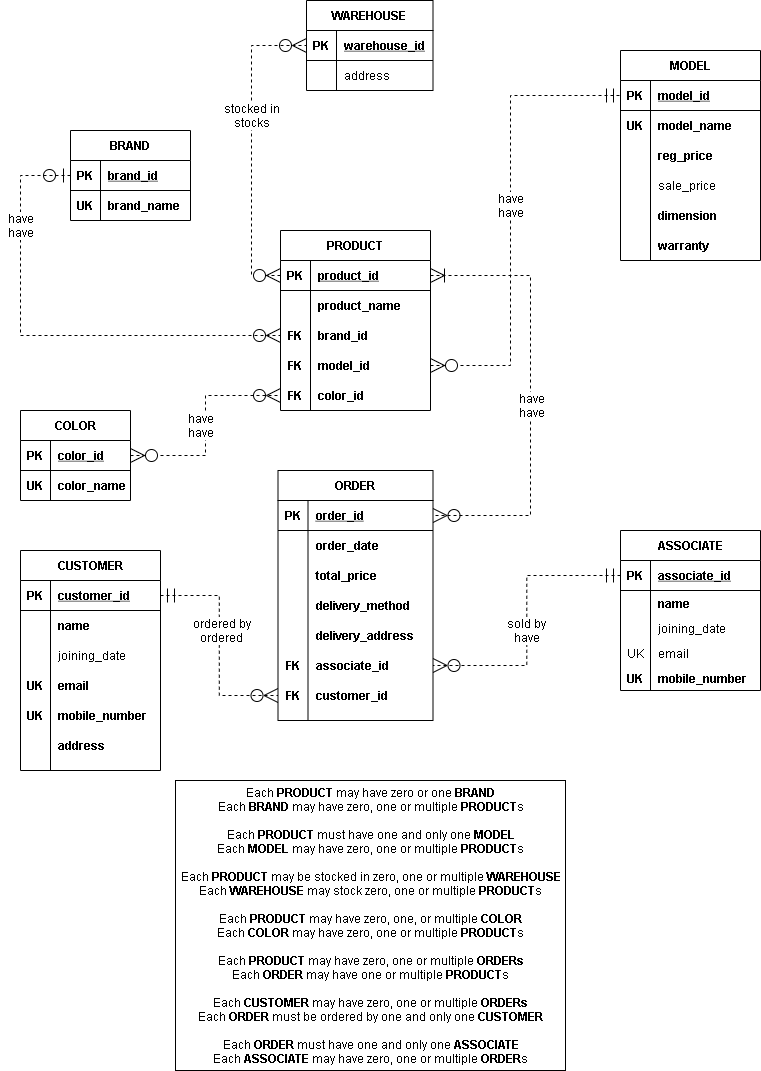
Before: Project/ER-Diargram-Page-1.drawio.png, a diagram exported from draw.io (asiffmahmudd/database-csd2206). Source tidied: cells renumbered, new cells last; positions are measured from the earlier drawing's top-left corner, leaving out a move shared by most shapes.
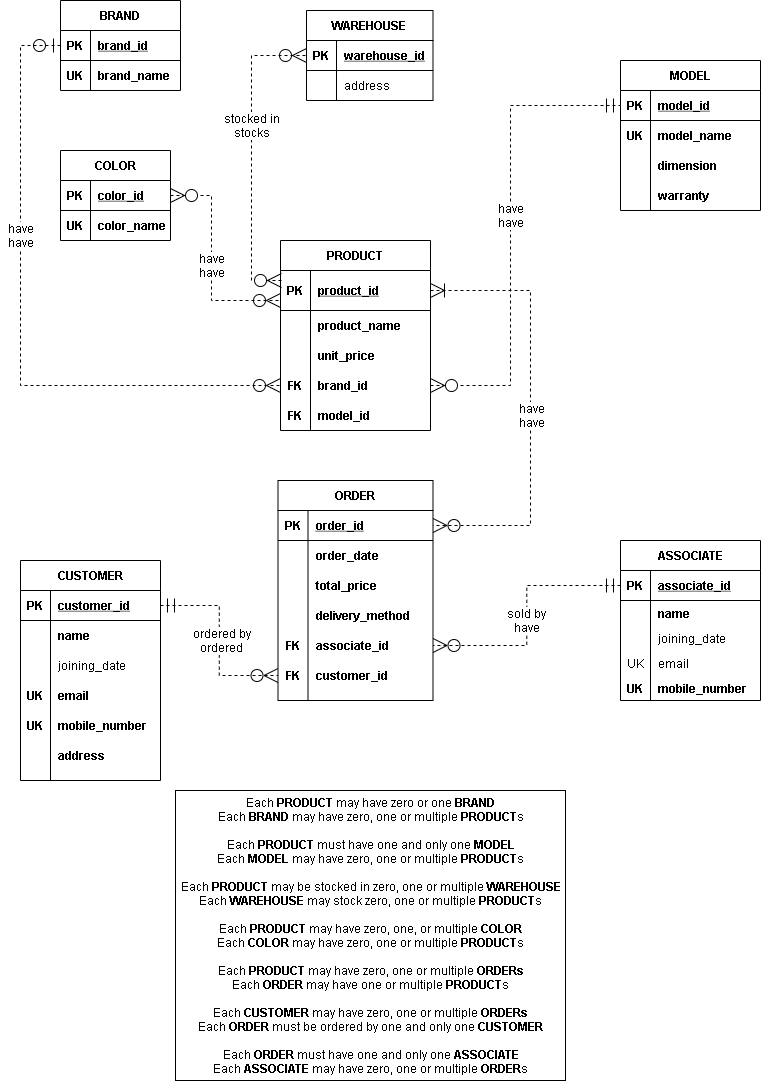
Above is the later version.

Change to the diagram source:
```diff
@@ -3,7 +3,7 @@
     <mxCell id="0" />
     <mxCell id="1" parent="0" />
     <mxCell id="2" value="BRAND" style="shape=table;startSize=30;rowLines=0;fontStyle=1;align=center;" parent="1" vertex="1">
-      <mxGeometry x="70" y="130" width="120" height="90" as="geometry" />
+      <mxGeometry x="60" y="-10" width="120" height="90" as="geometry" />
     </mxCell>
     <mxCell id="3" style="shape=partialRectangle;fillColor=none;top=0;left=0;bottom=1;right=0;points=[[0,0.5],[1,0.5]];portConstraint=eastwest;" parent="2" vertex="1">
       <mxGeometry y="30" width="120" height="30" as="geometry" />
@@ -24,7 +24,7 @@
       <mxGeometry x="30" width="90" height="30" as="geometry" />
     </mxCell>
     <mxCell id="9" value="MODEL" style="shape=table;startSize=30;rowLines=0;fontStyle=1;align=center;" parent="1" vertex="1">
-      <mxGeometry x="620" y="50" width="140" height="210" as="geometry" />
+      <mxGeometry x="620" y="50" width="140" height="150" as="geometry" />
     </mxCell>
     <mxCell id="10" style="shape=partialRectangle;fillColor=none;top=0;left=0;bottom=1;right=0;points=[[0,0.5],[1,0.5]];portConstraint=eastwest;" parent="9" vertex="1">
       <mxGeometry y="30" width="140" height="30" as="geometry" />
@@ -44,26 +44,8 @@
     <mxCell id="15" value="model_name" style="shape=partialRectangle;fillColor=none;top=0;left=0;bottom=0;right=0;align=left;spacingLeft=6;overflow=hidden;fontStyle=1;" parent="13" vertex="1">
       <mxGeometry x="30" width="110" height="30" as="geometry" />
     </mxCell>
-    <mxCell id="16" style="shape=partialRectangle;fillColor=none;top=0;left=0;bottom=0;right=0;" parent="9" vertex="1">
-      <mxGeometry y="90" width="140" height="30" as="geometry" />
-    </mxCell>
-    <mxCell id="17" style="shape=partialRectangle;fillColor=none;top=0;left=0;bottom=0;right=0;overflow=hidden;" parent="16" vertex="1">
-      <mxGeometry width="30" height="30" as="geometry" />
-    </mxCell>
-    <mxCell id="18" value="reg_price" style="shape=partialRectangle;fillColor=none;top=0;left=0;bottom=0;right=0;align=left;spacingLeft=6;overflow=hidden;fontStyle=1;" parent="16" vertex="1">
-      <mxGeometry x="30" width="110" height="30" as="geometry" />
-    </mxCell>
-    <mxCell id="19" style="shape=partialRectangle;fillColor=none;top=0;left=0;bottom=0;right=0;" parent="9" vertex="1">
-      <mxGeometry y="120" width="140" height="30" as="geometry" />
-    </mxCell>
-    <mxCell id="20" style="shape=partialRectangle;fillColor=none;top=0;left=0;bottom=0;right=0;overflow=hidden;" parent="19" vertex="1">
-      <mxGeometry width="30" height="30" as="geometry" />
-    </mxCell>
-    <mxCell id="21" value="sale_price" style="shape=partialRectangle;fillColor=none;top=0;left=0;bottom=0;right=0;align=left;spacingLeft=6;overflow=hidden;fontStyle=0;" parent="19" vertex="1">
-      <mxGeometry x="30" width="110" height="30" as="geometry" />
-    </mxCell>
     <mxCell id="22" style="shape=partialRectangle;fillColor=none;top=0;left=0;bottom=0;right=0;" parent="9" vertex="1">
-      <mxGeometry y="150" width="140" height="30" as="geometry" />
+      <mxGeometry y="90" width="140" height="30" as="geometry" />
     </mxCell>
     <mxCell id="23" style="shape=partialRectangle;fillColor=none;top=0;left=0;bottom=0;right=0;overflow=hidden;" parent="22" vertex="1">
       <mxGeometry width="30" height="30" as="geometry" />
@@ -72,7 +54,7 @@
       <mxGeometry x="30" width="110" height="30" as="geometry" />
     </mxCell>
     <mxCell id="25" style="shape=partialRectangle;fillColor=none;top=0;left=0;bottom=0;right=0;" parent="9" vertex="1">
-      <mxGeometry y="180" width="140" height="30" as="geometry" />
+      <mxGeometry y="120" width="140" height="30" as="geometry" />
     </mxCell>
     <mxCell id="26" style="shape=partialRectangle;fillColor=none;top=0;left=0;bottom=0;right=0;overflow=hidden;" parent="25" vertex="1">
       <mxGeometry width="30" height="30" as="geometry" />
@@ -81,19 +63,19 @@
       <mxGeometry x="30" width="110" height="30" as="geometry" />
     </mxCell>
     <mxCell id="28" value="PRODUCT" style="shape=table;startSize=30;rowLines=0;fontStyle=1;align=center;" parent="1" vertex="1">
-      <mxGeometry x="280" y="230" width="150" height="180" as="geometry" />
+      <mxGeometry x="280" y="230" width="150" height="190" as="geometry" />
     </mxCell>
     <mxCell id="29" style="shape=partialRectangle;fillColor=none;top=0;left=0;bottom=1;right=0;points=[[0,0.5],[1,0.5]];portConstraint=eastwest;" parent="28" vertex="1">
-      <mxGeometry y="30" width="150" height="30" as="geometry" />
+      <mxGeometry y="30" width="150" height="40" as="geometry" />
     </mxCell>
     <mxCell id="30" value="PK" style="shape=partialRectangle;fillColor=none;top=0;left=0;bottom=0;right=0;fontStyle=1;overflow=hidden;" parent="29" vertex="1">
-      <mxGeometry width="30" height="30" as="geometry" />
+      <mxGeometry width="30" height="40" as="geometry" />
     </mxCell>
     <mxCell id="31" value="product_id" style="shape=partialRectangle;fillColor=none;top=0;left=0;bottom=0;right=0;align=left;spacingLeft=6;fontStyle=5;overflow=hidden;" parent="29" vertex="1">
-      <mxGeometry x="30" width="120" height="30" as="geometry" />
+      <mxGeometry x="30" width="120" height="40" as="geometry" />
     </mxCell>
     <mxCell id="32" style="shape=partialRectangle;fillColor=none;top=0;left=0;bottom=0;right=0;" parent="28" vertex="1">
-      <mxGeometry y="60" width="150" height="30" as="geometry" />
+      <mxGeometry y="70" width="150" height="30" as="geometry" />
     </mxCell>
     <mxCell id="33" style="shape=partialRectangle;fillColor=none;top=0;left=0;bottom=0;right=0;overflow=hidden;" parent="32" vertex="1">
       <mxGeometry width="30" height="30" as="geometry" />
@@ -101,8 +83,17 @@
     <mxCell id="34" value="product_name" style="shape=partialRectangle;fillColor=none;top=0;left=0;bottom=0;right=0;align=left;spacingLeft=6;overflow=hidden;fontStyle=1;" parent="32" vertex="1">
       <mxGeometry x="30" width="120" height="30" as="geometry" />
     </mxCell>
+    <mxCell id="130" style="shape=partialRectangle;fillColor=none;top=0;left=0;bottom=0;right=0;" parent="28" vertex="1">
+      <mxGeometry y="100" width="150" height="30" as="geometry" />
+    </mxCell>
+    <mxCell id="131" style="shape=partialRectangle;fillColor=none;top=0;left=0;bottom=0;right=0;overflow=hidden;" parent="130" vertex="1">
+      <mxGeometry width="30" height="30" as="geometry" />
+    </mxCell>
+    <mxCell id="132" value="unit_price" style="shape=partialRectangle;fillColor=none;top=0;left=0;bottom=0;right=0;align=left;spacingLeft=6;overflow=hidden;fontStyle=1;" parent="130" vertex="1">
+      <mxGeometry x="30" width="120" height="30" as="geometry" />
+    </mxCell>
     <mxCell id="35" style="shape=partialRectangle;fillColor=none;top=0;left=0;bottom=0;right=0;points=[[0,0.5],[1,0.5]];portConstraint=eastwest;" parent="28" vertex="1">
-      <mxGeometry y="90" width="150" height="30" as="geometry" />
+      <mxGeometry y="130" width="150" height="30" as="geometry" />
     </mxCell>
     <mxCell id="36" value="FK" style="shape=partialRectangle;fillColor=none;top=0;left=0;bottom=0;right=0;overflow=hidden;fontStyle=1;" parent="35" vertex="1">
       <mxGeometry width="30" height="30" as="geometry" />
@@ -111,7 +102,7 @@
       <mxGeometry x="30" width="120" height="30" as="geometry" />
     </mxCell>
     <mxCell id="38" style="shape=partialRectangle;fillColor=none;top=0;left=0;bottom=0;right=0;points=[[0,0.5],[1,0.5]];portConstraint=eastwest;" parent="28" vertex="1">
-      <mxGeometry y="120" width="150" height="30" as="geometry" />
+      <mxGeometry y="160" width="150" height="30" as="geometry" />
     </mxCell>
     <mxCell id="39" value="FK" style="shape=partialRectangle;fillColor=none;top=0;left=0;bottom=0;right=0;overflow=hidden;fontStyle=1;" parent="38" vertex="1">
       <mxGeometry width="30" height="30" as="geometry" />
@@ -119,19 +110,10 @@
     <mxCell id="40" value="model_id" style="shape=partialRectangle;fillColor=none;top=0;left=0;bottom=0;right=0;align=left;spacingLeft=6;overflow=hidden;fontStyle=1;" parent="38" vertex="1">
       <mxGeometry x="30" width="120" height="30" as="geometry" />
     </mxCell>
-    <mxCell id="41" style="shape=partialRectangle;fillColor=none;top=0;left=0;bottom=0;right=0;points=[[0,0.5],[1,0.5]];portConstraint=eastwest;" parent="28" vertex="1">
-      <mxGeometry y="150" width="150" height="30" as="geometry" />
-    </mxCell>
-    <mxCell id="42" value="FK" style="shape=partialRectangle;fillColor=none;top=0;left=0;bottom=0;right=0;overflow=hidden;fontStyle=1;" parent="41" vertex="1">
-      <mxGeometry width="30" height="30" as="geometry" />
-    </mxCell>
-    <mxCell id="43" value="color_id" style="shape=partialRectangle;fillColor=none;top=0;left=0;bottom=0;right=0;align=left;spacingLeft=6;overflow=hidden;fontStyle=1;" parent="41" vertex="1">
-      <mxGeometry x="30" width="120" height="30" as="geometry" />
-    </mxCell>
-    <mxCell id="44" style="endArrow=ERmandOne;dashed=1;html=1;rounded=0;edgeStyle=orthogonalEdgeStyle;entryX=0;entryY=0.5;entryDx=0;entryDy=0;endSize=12;startSize=12;startArrow=ERzeroToMany;startFill=1;endFill=0;" parent="1" edge="1" source="38" target="10">
+    <mxCell id="44" style="endArrow=ERmandOne;dashed=1;html=1;rounded=0;edgeStyle=orthogonalEdgeStyle;entryX=0;entryY=0.5;entryDx=0;entryDy=0;endSize=12;startSize=12;startArrow=ERzeroToMany;startFill=1;endFill=0;exitX=1;exitY=0.5;exitDx=0;exitDy=0;" parent="1" edge="1" source="35" target="10">
       <mxGeometry relative="1" as="geometry">
         <Array as="points">
-          <mxPoint x="510" y="365" />
+          <mxPoint x="510" y="375" />
           <mxPoint x="510" y="95" />
         </Array>
       </mxGeometry>
@@ -139,13 +121,13 @@
     <mxCell id="45" style="endArrow=ERzeroToMany;dashed=1;html=1;rounded=0;edgeStyle=orthogonalEdgeStyle;exitX=0;exitY=0.5;exitDx=0;exitDy=0;entryX=0;entryY=0.5;entryDx=0;entryDy=0;endSize=12;startSize=12;startArrow=ERzeroToOne;startFill=0;endFill=0;" parent="1" edge="1" source="3" target="35">
       <mxGeometry relative="1" as="geometry">
         <Array as="points">
-          <mxPoint x="20" y="175" />
-          <mxPoint x="20" y="335" />
+          <mxPoint x="20" y="35" />
+          <mxPoint x="20" y="375" />
         </Array>
       </mxGeometry>
     </mxCell>
     <mxCell id="46" value="COLOR" style="shape=table;startSize=30;rowLines=0;fontStyle=1;align=center;" parent="1" vertex="1">
-      <mxGeometry x="20" y="410" width="110" height="90" as="geometry" />
+      <mxGeometry x="60" y="140" width="110" height="90" as="geometry" />
     </mxCell>
     <mxCell id="47" style="shape=partialRectangle;fillColor=none;top=0;left=0;bottom=1;right=0;points=[[0,0.5],[1,0.5]];portConstraint=eastwest;" parent="46" vertex="1">
       <mxGeometry y="30" width="110" height="30" as="geometry" />
@@ -165,8 +147,13 @@
     <mxCell id="52" value="color_name" style="shape=partialRectangle;fillColor=none;top=0;left=0;bottom=0;right=0;align=left;spacingLeft=6;overflow=hidden;fontStyle=1;" parent="50" vertex="1">
       <mxGeometry x="30" width="80" height="30" as="geometry" />
     </mxCell>
-    <mxCell id="53" style="endArrow=ERzeroToMany;dashed=1;html=1;rounded=0;startSize=12;endSize=12;edgeStyle=orthogonalEdgeStyle;exitX=1;exitY=0.5;exitDx=0;exitDy=0;entryX=0;entryY=0.5;entryDx=0;entryDy=0;endFill=0;startArrow=ERzeroToMany;startFill=1;" parent="1" edge="1" source="47" target="41">
-      <mxGeometry relative="1" as="geometry" />
+    <mxCell id="53" style="endArrow=ERzeroToMany;dashed=1;html=1;rounded=0;startSize=12;endSize=12;edgeStyle=orthogonalEdgeStyle;exitX=1;exitY=0.5;exitDx=0;exitDy=0;entryX=0;entryY=0.75;entryDx=0;entryDy=0;endFill=0;startArrow=ERzeroToMany;startFill=1;entryPerimeter=0;" parent="1" edge="1" source="47" target="29">
+      <mxGeometry relative="1" as="geometry">
+        <Array as="points">
+          <mxPoint x="211" y="185" />
+          <mxPoint x="211" y="290" />
+        </Array>
+      </mxGeometry>
     </mxCell>
     <mxCell id="54" value="have&lt;br&gt;have" style="text;html=1;align=center;verticalAlign=middle;fillColor=none;strokeColor=none;rounded=0;labelBackgroundColor=default;" parent="1" vertex="1">
       <mxGeometry x="490" y="190" width="40" height="30" as="geometry" />
@@ -175,10 +162,10 @@
       <mxGeometry y="210" width="40" height="30" as="geometry" />
     </mxCell>
     <mxCell id="56" value="have&lt;br&gt;have" style="text;html=1;align=center;verticalAlign=middle;fillColor=none;strokeColor=none;rounded=0;labelBackgroundColor=default;" parent="1" vertex="1">
-      <mxGeometry x="180" y="410" width="40" height="30" as="geometry" />
+      <mxGeometry x="191" y="240" width="40" height="30" as="geometry" />
     </mxCell>
     <mxCell id="57" value="ORDER" style="shape=table;startSize=30;rowLines=0;fontStyle=1;align=center;labelBackgroundColor=default;" parent="1" vertex="1">
-      <mxGeometry x="277.5" y="470" width="155" height="250" as="geometry" />
+      <mxGeometry x="277.5" y="470" width="155" height="220" as="geometry" />
     </mxCell>
     <mxCell id="58" style="shape=partialRectangle;fillColor=none;top=0;left=0;bottom=1;right=0;points=[[0,0.5],[1,0.5]];portConstraint=eastwest;labelBackgroundColor=default;" parent="57" vertex="1">
       <mxGeometry y="30" width="155" height="30" as="geometry" />
@@ -216,17 +203,8 @@
     <mxCell id="69" value="delivery_method" style="shape=partialRectangle;fillColor=none;top=0;left=0;bottom=0;right=0;align=left;spacingLeft=6;overflow=hidden;labelBackgroundColor=default;fontStyle=1;" parent="67" vertex="1">
       <mxGeometry x="30" width="125" height="30" as="geometry" />
     </mxCell>
-    <mxCell id="70" style="shape=partialRectangle;fillColor=none;top=0;left=0;bottom=0;right=0;labelBackgroundColor=default;" parent="57" vertex="1">
-      <mxGeometry y="150" width="155" height="30" as="geometry" />
-    </mxCell>
-    <mxCell id="71" style="shape=partialRectangle;fillColor=none;top=0;left=0;bottom=0;right=0;overflow=hidden;labelBackgroundColor=default;" parent="70" vertex="1">
-      <mxGeometry width="30" height="30" as="geometry" />
-    </mxCell>
-    <mxCell id="72" value="delivery_address" style="shape=partialRectangle;fillColor=none;top=0;left=0;bottom=0;right=0;align=left;spacingLeft=6;overflow=hidden;labelBackgroundColor=default;fontStyle=1;" parent="70" vertex="1">
-      <mxGeometry x="30" width="125" height="30" as="geometry" />
-    </mxCell>
     <mxCell id="73" style="shape=partialRectangle;fillColor=none;top=0;left=0;bottom=0;right=0;points=[[0,0.5],[1,0.5]];portConstraint=eastwest;labelBackgroundColor=default;" parent="57" vertex="1">
-      <mxGeometry y="180" width="155" height="30" as="geometry" />
+      <mxGeometry y="150" width="155" height="30" as="geometry" />
     </mxCell>
     <mxCell id="74" value="FK" style="shape=partialRectangle;fillColor=none;top=0;left=0;bottom=0;right=0;overflow=hidden;labelBackgroundColor=default;fontStyle=1;" parent="73" vertex="1">
       <mxGeometry width="30" height="30" as="geometry" />
@@ -235,7 +213,7 @@
       <mxGeometry x="30" width="125" height="30" as="geometry" />
     </mxCell>
     <mxCell id="76" style="shape=partialRectangle;fillColor=none;top=0;left=0;bottom=0;right=0;points=[[0,0.5],[1,0.5]];portConstraint=eastwest;labelBackgroundColor=default;" parent="57" vertex="1">
-      <mxGeometry y="210" width="155" height="30" as="geometry" />
+      <mxGeometry y="180" width="155" height="30" as="geometry" />
     </mxCell>
     <mxCell id="77" value="FK" style="shape=partialRectangle;fillColor=none;top=0;left=0;bottom=0;right=0;overflow=hidden;labelBackgroundColor=default;fontStyle=1;" parent="76" vertex="1">
       <mxGeometry width="30" height="30" as="geometry" />
@@ -243,10 +221,10 @@
     <mxCell id="78" value="customer_id" style="shape=partialRectangle;fillColor=none;top=0;left=0;bottom=0;right=0;align=left;spacingLeft=6;overflow=hidden;labelBackgroundColor=default;fontStyle=1;" parent="76" vertex="1">
       <mxGeometry x="30" width="125" height="30" as="geometry" />
     </mxCell>
-    <mxCell id="79" style="endArrow=ERzeroToMany;dashed=1;html=1;rounded=0;startSize=12;endSize=12;edgeStyle=orthogonalEdgeStyle;exitX=1;exitY=0.5;exitDx=0;exitDy=0;entryX=1;entryY=0.5;entryDx=0;entryDy=0;startArrow=ERoneToMany;startFill=0;endFill=0;" parent="1" edge="1" source="29" target="58">
+    <mxCell id="79" style="endArrow=ERzeroToMany;dashed=1;html=1;rounded=0;startSize=12;endSize=12;edgeStyle=orthogonalEdgeStyle;entryX=1;entryY=0.5;entryDx=0;entryDy=0;startArrow=ERoneToMany;startFill=0;endFill=0;exitX=1;exitY=0.5;exitDx=0;exitDy=0;" parent="1" edge="1" source="29" target="58">
       <mxGeometry relative="1" as="geometry">
         <Array as="points">
-          <mxPoint x="530" y="275" />
+          <mxPoint x="530" y="280" />
           <mxPoint x="530" y="515" />
         </Array>
       </mxGeometry>
@@ -335,10 +313,11 @@
     <mxCell id="107" value="address" style="shape=partialRectangle;fillColor=none;top=0;left=0;bottom=0;right=0;align=left;spacingLeft=6;overflow=hidden;labelBackgroundColor=default;" parent="105" vertex="1">
       <mxGeometry x="30" width="96.5" height="30" as="geometry" />
     </mxCell>
-    <mxCell id="108" style="endArrow=ERzeroToMany;dashed=1;html=1;rounded=0;startSize=12;endSize=12;edgeStyle=orthogonalEdgeStyle;entryX=0;entryY=0.5;entryDx=0;entryDy=0;exitX=0;exitY=0.5;exitDx=0;exitDy=0;startArrow=ERzeroToMany;startFill=1;endFill=0;" parent="1" edge="1" source="29" target="102">
+    <mxCell id="108" style="endArrow=ERzeroToMany;dashed=1;html=1;rounded=0;startSize=12;endSize=12;edgeStyle=orthogonalEdgeStyle;entryX=0;entryY=0.5;entryDx=0;entryDy=0;startArrow=ERzeroToMany;startFill=1;endFill=0;" parent="1" edge="1" target="102">
       <mxGeometry relative="1" as="geometry">
+        <mxPoint x="281" y="270" as="sourcePoint" />
         <Array as="points">
-          <mxPoint x="251" y="275" />
+          <mxPoint x="251" y="270" />
           <mxPoint x="251" y="45" />
         </Array>
       </mxGeometry>
@@ -404,7 +383,7 @@
       <mxGeometry relative="1" as="geometry" />
     </mxCell>
     <mxCell id="129" value="sold by&lt;br&gt;have" style="text;html=1;align=center;verticalAlign=middle;fillColor=none;strokeColor=none;rounded=0;labelBackgroundColor=default;" parent="1" vertex="1">
-      <mxGeometry x="501" y="615" width="50" height="30" as="geometry" />
+      <mxGeometry x="501" y="595" width="50" height="30" as="geometry" />
     </mxCell>
   </root>
 </mxGraphModel>
```
